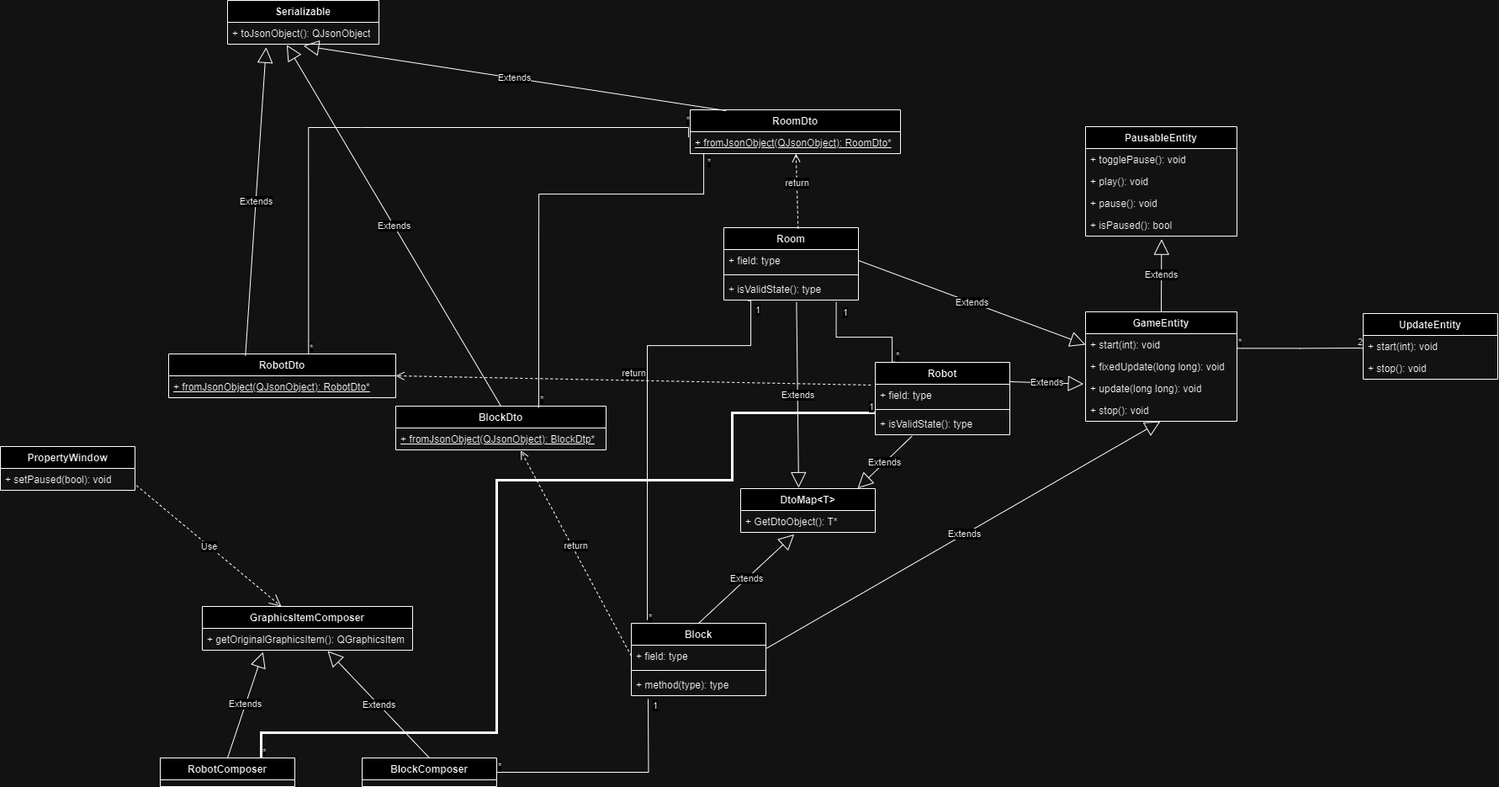
Before: icp_diagram.png, a diagram exported from draw.io (ivanburl/ICP_Robots). Source tidied: cells renumbered, new cells last; positions are measured from the earlier drawing's top-left corner, leaving out a move shared by most shapes.
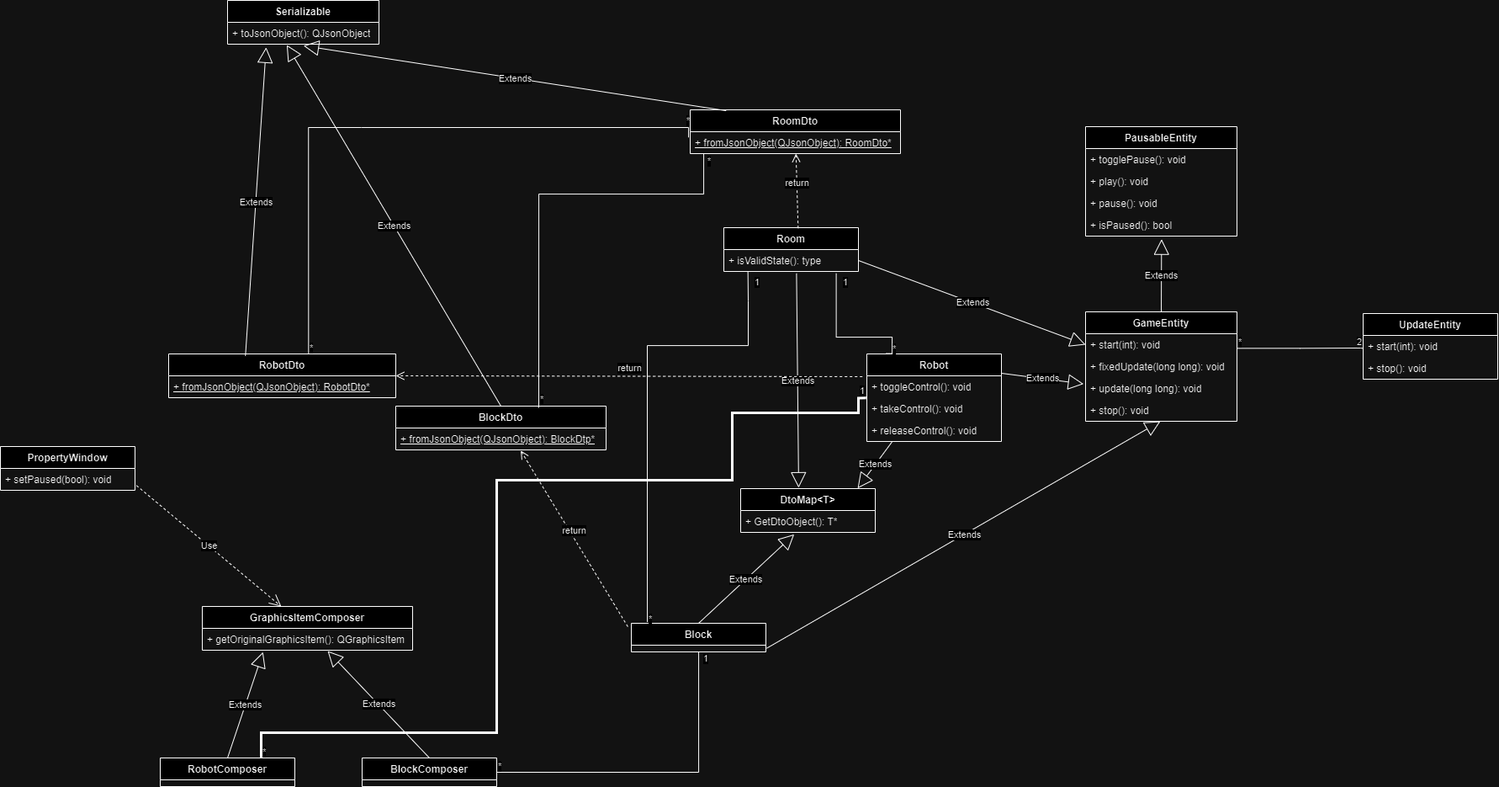
Above is the later version.

Diff of the diagram source:
```diff
@@ -66,19 +66,12 @@
       <mxGeometry x="1" relative="1" as="geometry" />
     </mxCell>
     <mxCell id="21" value="Block" style="swimlane;fontStyle=1;align=center;verticalAlign=top;horizontal=1;startSize=26;whiteSpace=wrap;html=1;" parent="1" vertex="1">
-      <mxGeometry x="750" y="740" width="160" height="86" as="geometry" />
+      <mxGeometry x="750" y="740" width="160" height="34" as="geometry" />
     </mxCell>
-    <mxCell id="22" value="+ field: type" style="text;strokeColor=none;fillColor=none;align=left;verticalAlign=top;spacingLeft=4;spacingRight=4;overflow=hidden;points=[[0,0.5],[1,0.5]];portConstraint=eastwest;whiteSpace=wrap;html=1;" parent="21" vertex="1">
-      <mxGeometry y="26" width="160" height="26" as="geometry" />
-    </mxCell>
-    <mxCell id="23" style="line;strokeWidth=1;fillColor=none;align=left;verticalAlign=middle;spacingTop=-1;spacingLeft=3;spacingRight=3;labelPosition=right;strokeColor=inherit;" parent="21" vertex="1">
-      <mxGeometry y="52" width="160" height="8" as="geometry" />
-    </mxCell>
-    <mxCell id="24" value="+ method(type): type" style="text;strokeColor=none;fillColor=none;align=left;verticalAlign=top;spacingLeft=4;spacingRight=4;overflow=hidden;whiteSpace=wrap;html=1;" parent="21" vertex="1">
-      <mxGeometry y="60" width="160" height="26" as="geometry" />
-    </mxCell>
-    <mxCell id="25" value="Extends" style="endArrow=block;endSize=16;endFill=0;html=1;rounded=0;exitX=1.006;exitY=0.141;exitDx=0;exitDy=0;entryX=0.494;entryY=1.003;entryDx=0;entryDy=0;entryPerimeter=0;exitPerimeter=0;" parent="1" edge="1" source="22" target="16">
-      <mxGeometry relative="1" as="geometry" />
+    <mxCell id="25" value="Extends" style="endArrow=block;endSize=16;endFill=0;html=1;rounded=0;exitX=1.006;exitY=0.141;exitDx=0;exitDy=0;entryX=0.494;entryY=1.003;entryDx=0;entryDy=0;entryPerimeter=0;exitPerimeter=0;" parent="1" edge="1" target="16">
+      <mxGeometry relative="1" as="geometry">
+        <mxPoint x="911" y="769.7" as="sourcePoint" />
+      </mxGeometry>
     </mxCell>
     <mxCell id="26" value="DtoMap&amp;lt;T&amp;gt;" style="swimlane;fontStyle=1;align=center;verticalAlign=top;horizontal=1;startSize=26;whiteSpace=wrap;html=1;" parent="1" vertex="1">
       <mxGeometry x="880" y="580" width="160" height="52" as="geometry" />
@@ -90,36 +83,32 @@
       <mxGeometry relative="1" as="geometry" />
     </mxCell>
     <mxCell id="29" value="Room" style="swimlane;fontStyle=1;align=center;verticalAlign=top;horizontal=1;startSize=26;whiteSpace=wrap;html=1;" parent="1" vertex="1">
-      <mxGeometry x="860" y="270" width="160" height="86" as="geometry" />
+      <mxGeometry x="860" y="270" width="160" height="52" as="geometry" />
     </mxCell>
-    <mxCell id="30" value="+ field: type" style="text;strokeColor=none;fillColor=none;align=left;verticalAlign=top;spacingLeft=4;spacingRight=4;overflow=hidden;points=[[0,0.5],[1,0.5]];portConstraint=eastwest;whiteSpace=wrap;html=1;" parent="29" vertex="1">
-      <mxGeometry y="26" width="160" height="26" as="geometry" />
-    </mxCell>
-    <mxCell id="31" style="line;strokeWidth=1;fillColor=none;align=left;verticalAlign=middle;spacingTop=-1;spacingLeft=3;spacingRight=3;labelPosition=right;strokeColor=inherit;" parent="29" vertex="1">
-      <mxGeometry y="52" width="160" height="8" as="geometry" />
-    </mxCell>
     <mxCell id="32" value="+ isValidState(): type" style="text;strokeColor=none;fillColor=none;align=left;verticalAlign=top;spacingLeft=4;spacingRight=4;overflow=hidden;points=[[0,0.5],[1,0.5]];portConstraint=eastwest;whiteSpace=wrap;html=1;" parent="29" vertex="1">
-      <mxGeometry y="60" width="160" height="26" as="geometry" />
+      <mxGeometry y="26" width="160" height="26" as="geometry" />
     </mxCell>
-    <mxCell id="33" value="Extends" style="endArrow=block;endSize=16;endFill=0;html=1;rounded=0;exitX=1;exitY=0.5;exitDx=0;exitDy=0;entryX=0;entryY=0.5;entryDx=0;entryDy=0;" parent="1" edge="1" source="30" target="13">
-      <mxGeometry relative="1" as="geometry" />
+    <mxCell id="33" value="Extends" style="endArrow=block;endSize=16;endFill=0;html=1;rounded=0;exitX=1;exitY=0.5;exitDx=0;exitDy=0;entryX=0;entryY=0.5;entryDx=0;entryDy=0;" parent="1" edge="1" target="13">
+      <mxGeometry relative="1" as="geometry">
+        <mxPoint x="1020" y="309" as="sourcePoint" />
+      </mxGeometry>
     </mxCell>
     <mxCell id="34" value="Extends" style="endArrow=block;endSize=16;endFill=0;html=1;rounded=0;exitX=0.54;exitY=1.09;exitDx=0;exitDy=0;entryX=0.431;entryY=-0.019;entryDx=0;entryDy=0;exitPerimeter=0;entryPerimeter=0;" parent="1" edge="1" source="32" target="26">
       <mxGeometry relative="1" as="geometry" />
     </mxCell>
     <mxCell id="35" value="Robot" style="swimlane;fontStyle=1;align=center;verticalAlign=top;horizontal=1;startSize=26;whiteSpace=wrap;html=1;" parent="1" vertex="1">
-      <mxGeometry x="1040" y="430" width="160" height="86" as="geometry" />
+      <mxGeometry x="1030" y="420" width="160" height="104" as="geometry" />
     </mxCell>
-    <mxCell id="36" value="+ field: type" style="text;strokeColor=none;fillColor=none;align=left;verticalAlign=top;spacingLeft=4;spacingRight=4;overflow=hidden;points=[[0,0.5],[1,0.5]];portConstraint=eastwest;whiteSpace=wrap;html=1;" parent="35" vertex="1">
+    <mxCell id="36" value="+ toggleControl(): void" style="text;strokeColor=none;fillColor=none;align=left;verticalAlign=top;spacingLeft=4;spacingRight=4;overflow=hidden;points=[[0,0.5],[1,0.5]];portConstraint=eastwest;whiteSpace=wrap;html=1;" parent="35" vertex="1">
       <mxGeometry y="26" width="160" height="26" as="geometry" />
     </mxCell>
-    <mxCell id="37" style="line;strokeWidth=1;fillColor=none;align=left;verticalAlign=middle;spacingTop=-1;spacingLeft=3;spacingRight=3;labelPosition=right;strokeColor=inherit;" parent="35" vertex="1">
-      <mxGeometry y="52" width="160" height="8" as="geometry" />
-    </mxCell>
-    <mxCell id="38" value="+ isValidState(): type" style="text;strokeColor=none;fillColor=none;align=left;verticalAlign=top;spacingLeft=4;spacingRight=4;overflow=hidden;points=[[0,0.5],[1,0.5]];portConstraint=eastwest;whiteSpace=wrap;html=1;" parent="35" vertex="1">
-      <mxGeometry y="60" width="160" height="26" as="geometry" />
+    <mxCell id="38" value="+ takeControl(): void" style="text;strokeColor=none;fillColor=none;align=left;verticalAlign=top;spacingLeft=4;spacingRight=4;overflow=hidden;points=[[0,0.5],[1,0.5]];portConstraint=eastwest;whiteSpace=wrap;html=1;" parent="35" vertex="1">
+      <mxGeometry y="52" width="160" height="26" as="geometry" />
     </mxCell>
+    <mxCell id="80" value="+ releaseControl(): void" style="text;strokeColor=none;fillColor=none;align=left;verticalAlign=top;spacingLeft=4;spacingRight=4;overflow=hidden;points=[[0,0.5],[1,0.5]];portConstraint=eastwest;whiteSpace=wrap;html=1;" parent="35" vertex="1">
+      <mxGeometry y="78" width="160" height="26" as="geometry" />
+    </mxCell>
-    <mxCell id="39" value="Extends" style="endArrow=block;endSize=16;endFill=0;html=1;rounded=0;exitX=0.273;exitY=1.064;exitDx=0;exitDy=0;entryX=0.869;entryY=-0.006;entryDx=0;entryDy=0;exitPerimeter=0;entryPerimeter=0;" parent="1" edge="1" source="38" target="26">
+    <mxCell id="39" value="Extends" style="endArrow=block;endSize=16;endFill=0;html=1;rounded=0;exitX=0.188;exitY=1.011;exitDx=0;exitDy=0;entryX=0.869;entryY=-0.006;entryDx=0;entryDy=0;exitPerimeter=0;entryPerimeter=0;" parent="1" edge="1" source="80" target="26">
       <mxGeometry relative="1" as="geometry" />
     </mxCell>
     <mxCell id="40" value="Extends" style="endArrow=block;endSize=16;endFill=0;html=1;rounded=0;exitX=1.002;exitY=-0.115;exitDx=0;exitDy=0;entryX=-0.013;entryY=0.295;entryDx=0;entryDy=0;exitPerimeter=0;entryPerimeter=0;" parent="1" edge="1" source="36" target="15">
@@ -129,8 +118,8 @@
       <mxGeometry relative="1" as="geometry">
         <Array as="points">
           <mxPoint x="769" y="410" />
-          <mxPoint x="892" y="410" />
-          <mxPoint x="892" y="357" />
+          <mxPoint x="889" y="410" />
+          <mxPoint x="889" y="357" />
         </Array>
       </mxGeometry>
     </mxCell>
@@ -147,14 +136,16 @@
     <mxCell id="44" style="endArrow=none;html=1;edgeStyle=orthogonalEdgeStyle;rounded=0;entryX=0.835;entryY=1.09;entryDx=0;entryDy=0;entryPerimeter=0;exitX=0.144;exitY=-0.004;exitDx=0;exitDy=0;exitPerimeter=0;" parent="1" edge="1" source="35" target="32">
       <mxGeometry relative="1" as="geometry">
         <Array as="points">
-          <mxPoint x="1060" y="430" />
+          <mxPoint x="1060" y="420" />
           <mxPoint x="1060" y="400" />
           <mxPoint x="994" y="400" />
         </Array>
       </mxGeometry>
     </mxCell>
     <mxCell id="45" value="*" style="edgeLabel;html=1;align=left;verticalAlign=bottom;" parent="44" vertex="1">
-      <mxGeometry x="-1" relative="1" as="geometry" />
+      <mxGeometry x="-1" relative="1" as="geometry">
+        <mxPoint x="6" y="2" as="offset" />
+      </mxGeometry>
     </mxCell>
     <mxCell id="46" value="1" style="edgeLabel;html=1;align=right;verticalAlign=bottom;" parent="44" vertex="1">
       <mxGeometry x="1" relative="1" as="geometry">
@@ -179,7 +170,7 @@
     <mxCell id="52" value="&lt;u&gt;+ fromJsonObject(QJsonObject): RoomDto*&lt;/u&gt;" style="text;strokeColor=none;fillColor=none;align=left;verticalAlign=top;spacingLeft=4;spacingRight=4;overflow=hidden;whiteSpace=wrap;html=1;" parent="51" vertex="1">
       <mxGeometry y="26" width="250" height="26" as="geometry" />
     </mxCell>
-    <mxCell id="53" value="return" style="html=1;verticalAlign=bottom;endArrow=open;dashed=1;endSize=8;curved=0;rounded=0;exitX=0;exitY=0.5;exitDx=0;exitDy=0;entryX=0.594;entryY=1.03;entryDx=0;entryDy=0;entryPerimeter=0;" parent="1" edge="1" source="22" target="50">
+    <mxCell id="53" value="return" style="html=1;verticalAlign=bottom;endArrow=open;dashed=1;endSize=8;curved=0;rounded=0;exitX=-0.026;exitY=0.118;exitDx=0;exitDy=0;entryX=0.594;entryY=1.03;entryDx=0;entryDy=0;entryPerimeter=0;exitPerimeter=0;" parent="1" edge="1" source="21" target="50">
       <mxGeometry relative="1" as="geometry" />
     </mxCell>
     <mxCell id="54" value="return" style="html=1;verticalAlign=bottom;endArrow=open;dashed=1;endSize=8;curved=0;rounded=0;exitX=0.552;exitY=0.013;exitDx=0;exitDy=0;exitPerimeter=0;" parent="1" edge="1" source="29" target="51">
@@ -261,10 +252,8 @@
     <mxCell id="73" value="Use" style="endArrow=open;endSize=12;dashed=1;html=1;rounded=0;exitX=1.011;exitY=0.782;exitDx=0;exitDy=0;exitPerimeter=0;" parent="1" edge="1" source="72" target="66">
       <mxGeometry relative="1" as="geometry" />
     </mxCell>
-    <mxCell id="74" style="endArrow=none;html=1;edgeStyle=orthogonalEdgeStyle;rounded=0;exitX=1;exitY=0.5;exitDx=0;exitDy=0;" parent="1" edge="1" source="68">
-      <mxGeometry relative="1" as="geometry">
-        <mxPoint x="770" y="830" as="targetPoint" />
-      </mxGeometry>
+    <mxCell id="74" style="endArrow=none;html=1;edgeStyle=orthogonalEdgeStyle;rounded=0;exitX=1;exitY=0.5;exitDx=0;exitDy=0;" parent="1" edge="1" source="68" target="21">
+      <mxGeometry relative="1" as="geometry" />
     </mxCell>
     <mxCell id="75" value="*" style="edgeLabel;html=1;align=left;verticalAlign=bottom;" parent="74" vertex="1">
       <mxGeometry x="-1" relative="1" as="geometry" />
@@ -282,7 +271,8 @@
           <mxPoint x="590" y="570" />
           <mxPoint x="870" y="570" />
           <mxPoint x="870" y="490" />
-          <mxPoint x="1039" y="490" />
+          <mxPoint x="1020" y="490" />
+          <mxPoint x="1020" y="472" />
         </Array>
       </mxGeometry>
     </mxCell>
```
